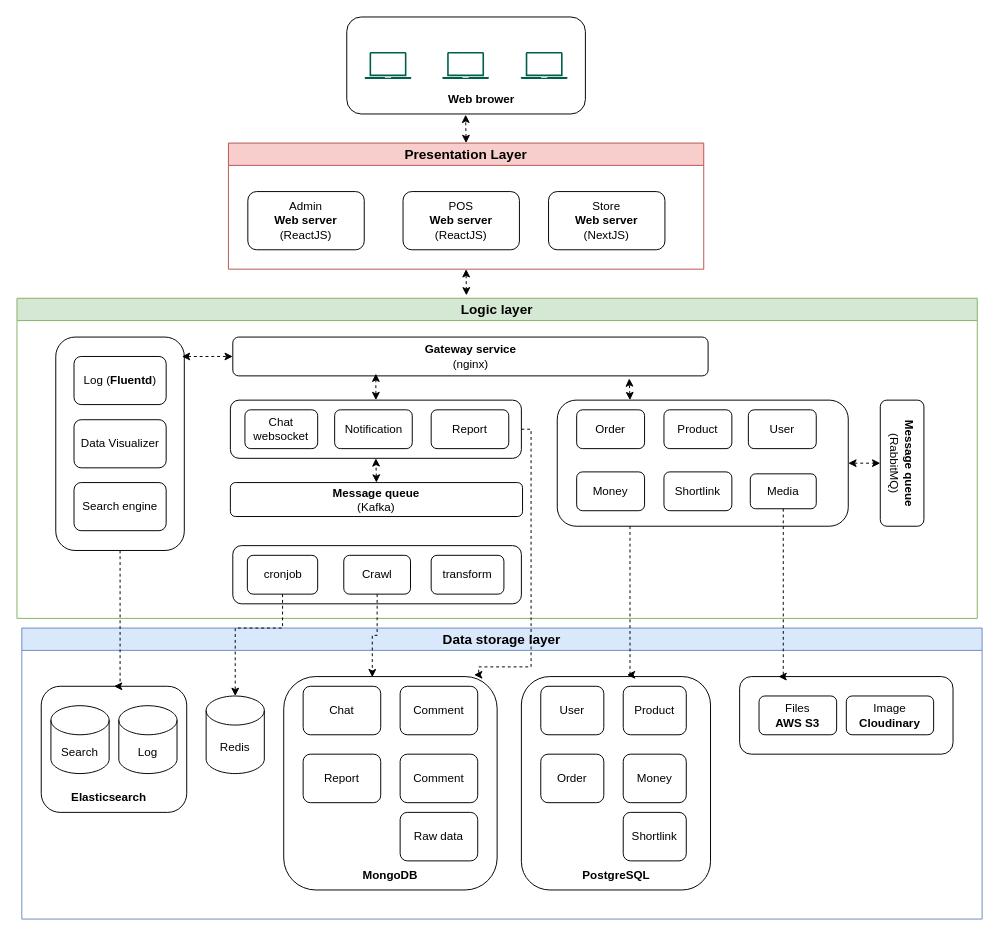
This is system_architecture_diagram.drawio from codeclubvn/introduce, a draw.io file, before an edit. Source tidied: cells renumbered, new cells numbered last; positions are measured from the earlier drawing's top-left corner, leaving out a move shared by most shapes. Both pictures are drawn from the tidied source at 97%, with x=0, y=0 at pixel (16, 16).
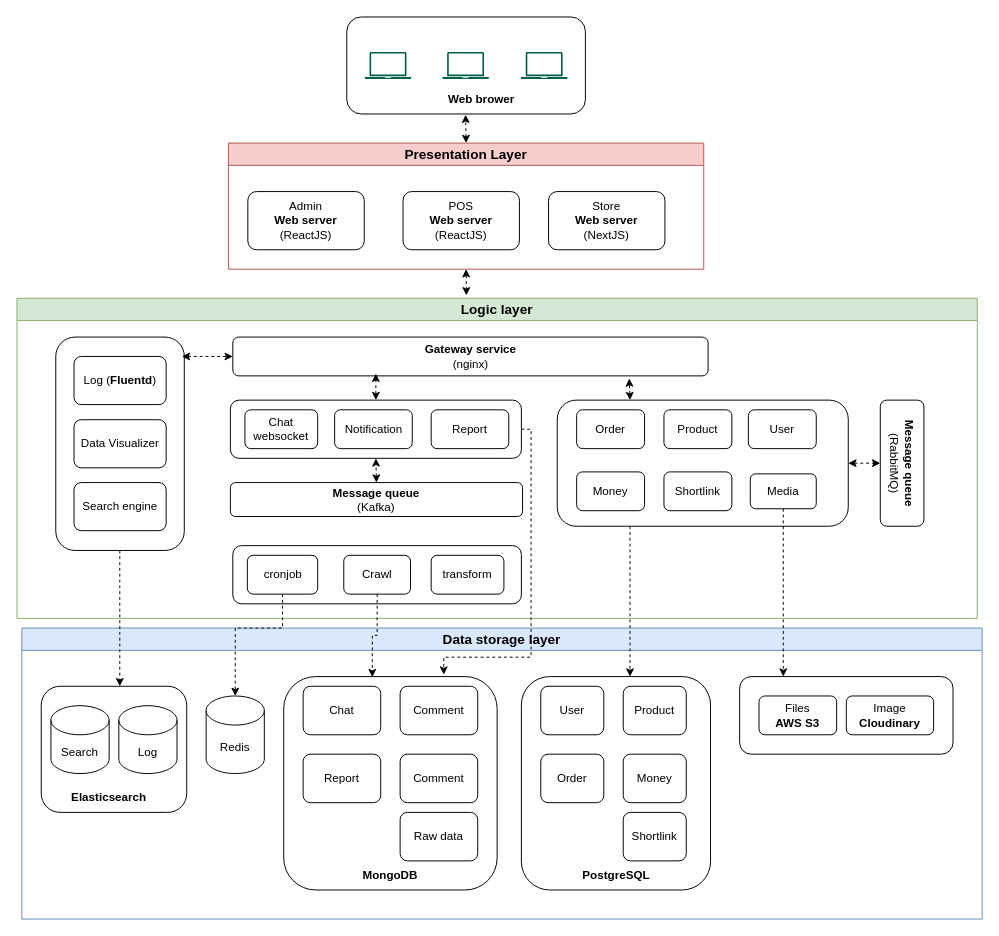
After the change.

The change refers to these unchanged cells:
```xml
<mxCell id="8" style="rounded=1;whiteSpace=wrap;html=1;" parent="6" vertex="1">
  <mxGeometry x="220" y="105" width="300" height="60" as="geometry" />
</mxCell>
<mxCell id="16" style="rounded=1;whiteSpace=wrap;html=1;" parent="6" vertex="1">
  <mxGeometry x="557" y="105" width="300" height="130" as="geometry" />
</mxCell>
<mxCell id="17" value="Media" style="rounded=1;whiteSpace=wrap;html=1;" parent="6" vertex="1">
  <mxGeometry x="756" y="181" width="68" height="36" as="geometry" />
</mxCell>
<mxCell id="26" style="rounded=1;whiteSpace=wrap;html=1;" parent="25" vertex="1">
  <mxGeometry width="132.5" height="220" as="geometry" />
</mxCell>
<mxCell id="35" style="rounded=1;whiteSpace=wrap;html=1;" parent="34" vertex="1">
  <mxGeometry x="270" y="50" width="220" height="220" as="geometry" />
</mxCell>
<mxCell id="36" style="rounded=1;whiteSpace=wrap;html=1;" parent="34" vertex="1">
  <mxGeometry x="740" y="50" width="220" height="80" as="geometry" />
</mxCell>
<mxCell id="39" style="rounded=1;whiteSpace=wrap;html=1;" parent="34" vertex="1">
  <mxGeometry x="20" y="60" width="150" height="130" as="geometry" />
</mxCell>
<mxCell id="50" style="rounded=1;whiteSpace=wrap;html=1;" parent="34" vertex="1">
  <mxGeometry x="515" y="50" width="195" height="220" as="geometry" />
</mxCell>
```

Diff of the diagram source:
```diff
@@
-    <mxCell id="57" style="edgeStyle=orthogonalEdgeStyle;rounded=0;jettySize=auto;html=1;exitX=0.25;exitY=1;exitDx=0;exitDy=0;dashed=1;entryX=0.558;entryY=-0.008;entryDx=0;entryDy=0;entryPerimeter=0;" parent="1" edge="1" source="16" target="50">
+    <mxCell id="57" style="edgeStyle=orthogonalEdgeStyle;rounded=0;jettySize=auto;html=1;exitX=0.25;exitY=1;exitDx=0;exitDy=0;dashed=1;" parent="1" edge="1" source="16">
       <mxGeometry relative="1" as="geometry">
+        <mxPoint x="632" y="680" as="targetPoint" />
         <Array as="points">
           <mxPoint x="632" y="678" />
         </Array>
       </mxGeometry>
     </mxCell>
@@
-    <mxCell id="60" style="edgeStyle=orthogonalEdgeStyle;rounded=0;jettySize=auto;html=1;entryX=0.182;entryY=0;entryDx=0;entryDy=0;entryPerimeter=0;dashed=1;" parent="1" edge="1" source="17" target="36">
+    <mxCell id="60" style="edgeStyle=orthogonalEdgeStyle;rounded=0;jettySize=auto;html=1;dashed=1;" parent="1" edge="1" source="17">
       <mxGeometry relative="1" as="geometry">
+        <mxPoint x="790" y="680" as="targetPoint" />
         <Array as="points">
           <mxPoint x="790" y="680" />
         </Array>
       </mxGeometry>
     </mxCell>
-    <mxCell id="61" style="edgeStyle=orthogonalEdgeStyle;rounded=0;jettySize=auto;html=1;entryX=0.892;entryY=-0.008;entryDx=0;entryDy=0;entryPerimeter=0;dashed=1;" parent="1" edge="1" source="8" target="35">
+    <mxCell id="61" style="edgeStyle=orthogonalEdgeStyle;rounded=0;jettySize=auto;html=1;dashed=1;" parent="1" edge="1" source="8">
       <mxGeometry relative="1" as="geometry">
+        <mxPoint x="440" y="678" as="targetPoint" />
         <Array as="points">
           <mxPoint x="530" y="425" />
-          <mxPoint x="530" y="670" />
-          <mxPoint x="476" y="670" />
-          <mxPoint x="476" y="678" />
+          <mxPoint x="530" y="660" />
+          <mxPoint x="440" y="660" />
+          <mxPoint x="440" y="678" />
         </Array>
       </mxGeometry>
     </mxCell>
@@
-    <mxCell id="70" style="edgeStyle=orthogonalEdgeStyle;rounded=0;jettySize=auto;html=1;entryX=0.5;entryY=0;entryDx=0;entryDy=0;dashed=1;" parent="1" edge="1" source="26" target="39">
+    <mxCell id="70" style="edgeStyle=orthogonalEdgeStyle;rounded=0;jettySize=auto;html=1;dashed=1;" parent="1" edge="1" source="26">
       <mxGeometry relative="1" as="geometry">
+        <mxPoint x="106" y="690" as="targetPoint" />
         <Array as="points">
           <mxPoint x="106" y="690" />
         </Array>
       </mxGeometry>
     </mxCell>
```
